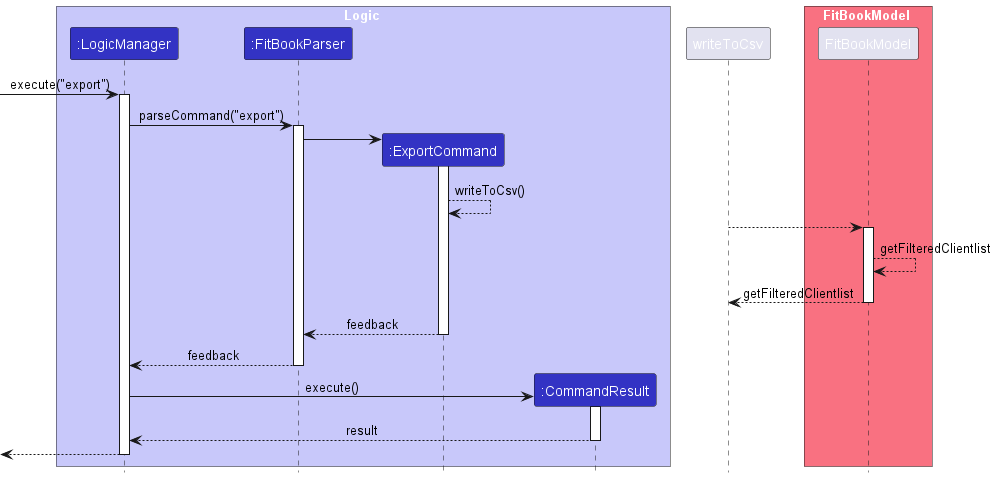
Above: docs/images/ExportSequenceDiagram.png in nus-cs2103-AY2223S2/tp (PlantUML), before the change. Its diagram source:
```plantuml
@startuml
!include style.puml

box Logic LOGIC_COLOR_T1
participant ":LogicManager" as LogicManager LOGIC_COLOR
participant ":FitBookParser" as FitBookParser LOGIC_COLOR
participant ":ExportCommand" as ExportCommand LOGIC_COLOR
participant ":CommandResult" as CommandResult LOGIC_COLOR
end box


[-> LogicManager : execute("export")
activate LogicManager

LogicManager -> FitBookParser : parseCommand("export")
activate FitBookParser

create ExportCommand
FitBookParser -> ExportCommand
activate ExportCommand

ExportCommand --> ExportCommand : writeToCsv()
writeToCsv --> FitBookModel
activate FitBookModel

FitBookModel --> FitBookModel : getFilteredClientlist

FitBookModel --> writeToCsv : getFilteredClientlist
deactivate FitBookModel
box FitBookModel MODEL_COLOR_T1
participant ":FitBookModel" as FitBookModel MODEL_COLOR
end box

ExportCommand --> FitBookParser : feedback
deactivate ExportCommand

FitBookParser --> LogicManager : feedback
deactivate FitBookParser

create CommandResult
LogicManager -> CommandResult : execute()
activate CommandResult



CommandResult --> LogicManager : result
deactivate CommandResult


[<--LogicManager
deactivate LogicManager
@enduml
```
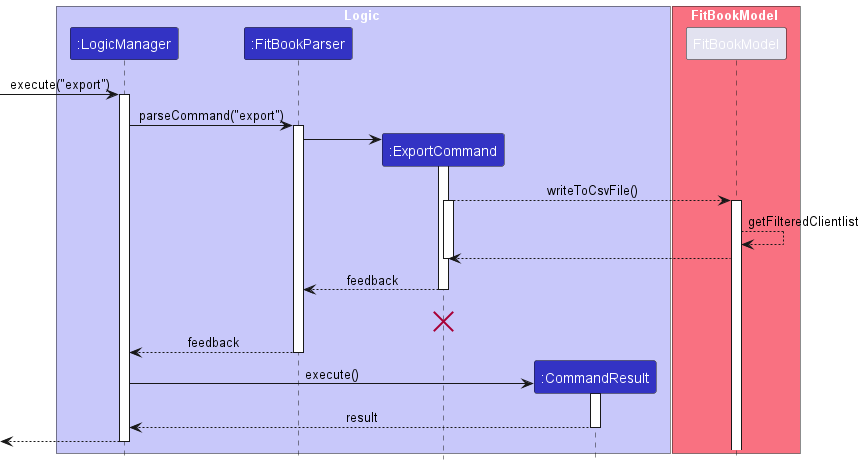
The same file after the commit.

The edit, as a diff of the source:
```diff
@@ -19,20 +19,22 @@
 FitBookParser -> ExportCommand
 activate ExportCommand
 
-ExportCommand --> ExportCommand : writeToCsv()
-writeToCsv --> FitBookModel
+ExportCommand --> FitBookModel : writeToCsvFile()
+activate ExportCommand
 activate FitBookModel
 
 FitBookModel --> FitBookModel : getFilteredClientlist
 
-FitBookModel --> writeToCsv : getFilteredClientlist
-deactivate FitBookModel
+FitBookModel --> ExportCommand :
+deactivate ExportCommand
 box FitBookModel MODEL_COLOR_T1
 participant ":FitBookModel" as FitBookModel MODEL_COLOR
 end box
 
 ExportCommand --> FitBookParser : feedback
 deactivate ExportCommand
+ExportCommand -[hidden]-> LogicManager : result
+destroy ExportCommand
 
 FitBookParser --> LogicManager : feedback
 deactivate FitBookParser
```
